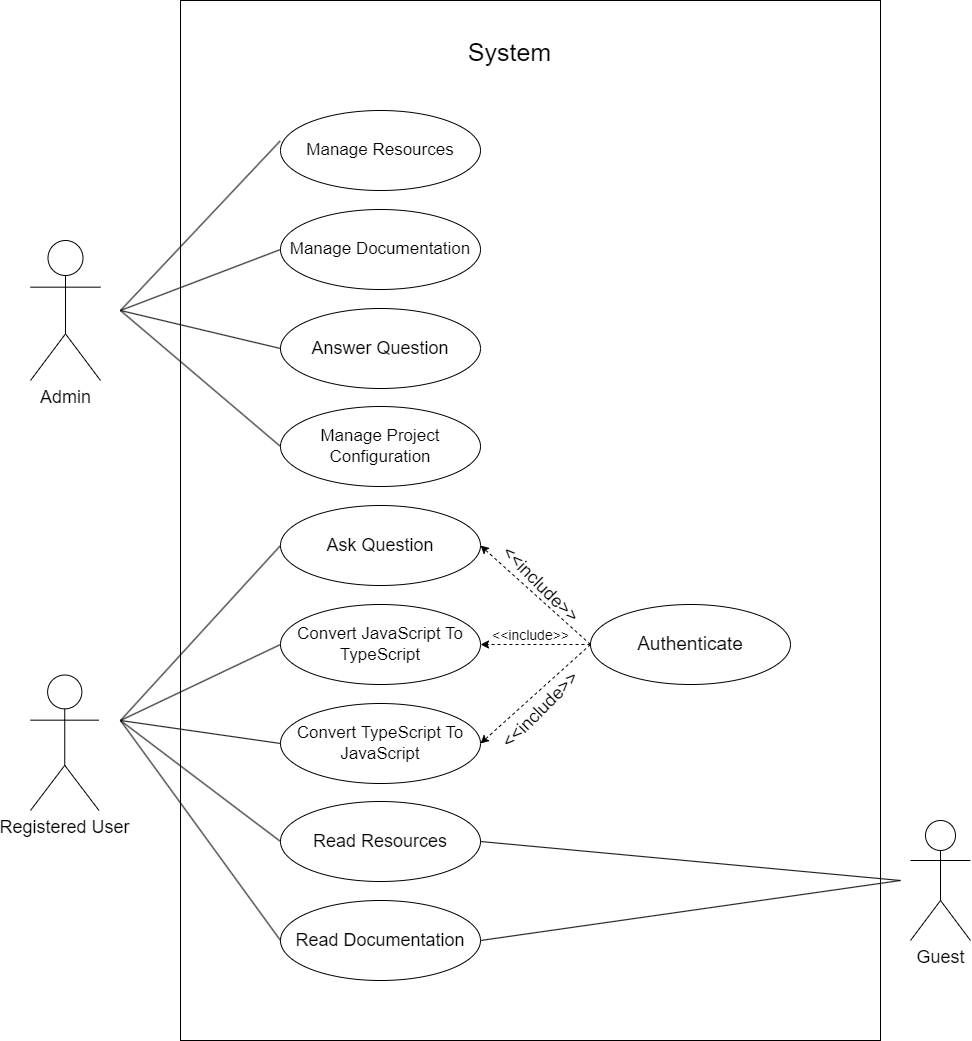
This is Exercise-1/usecase.png from ram-0306/Mern_Stack, a draw.io export, as it was before one commit. Source tidied: cells renumbered, new cells last; positions are measured from the earlier drawing's top-left corner, leaving out a move shared by most shapes.
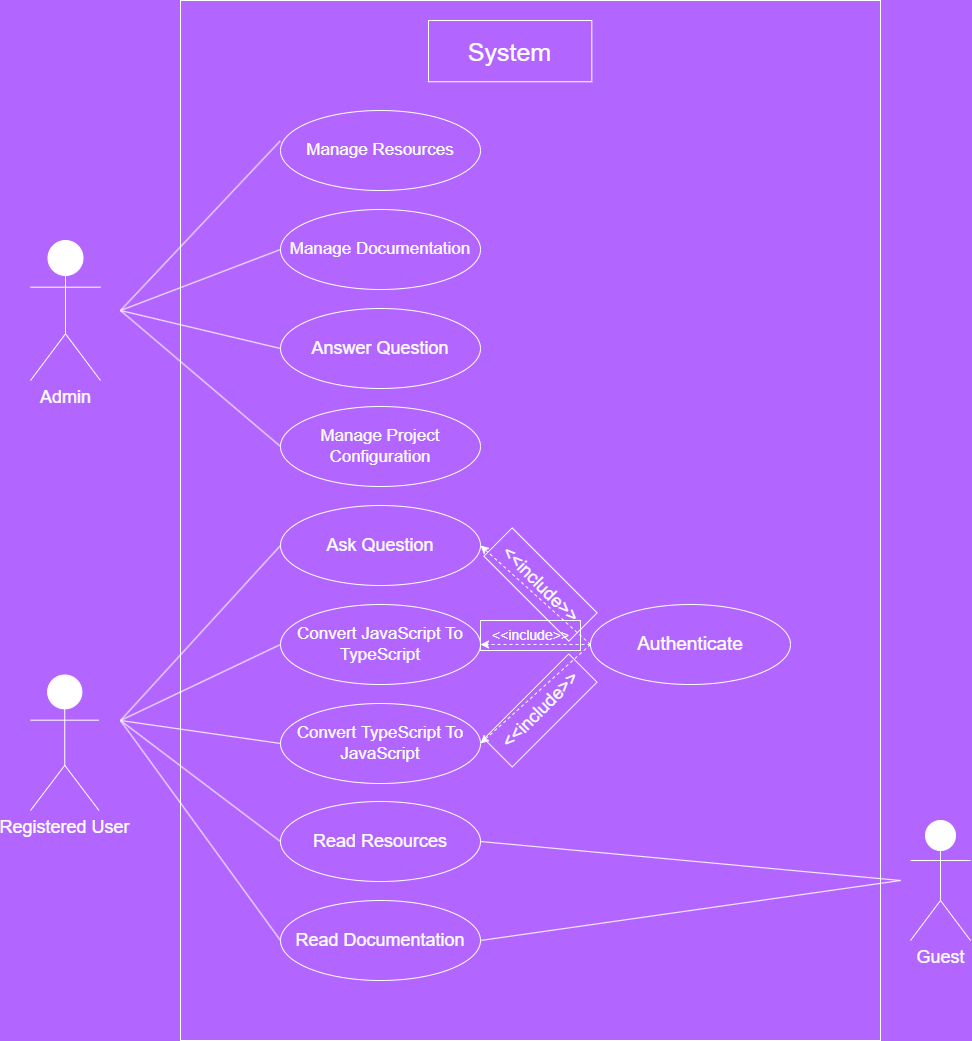
Later version of the same file.

Change to the diagram source:
```diff
@@ -1,125 +1,125 @@
-<mxGraphModel>
+<mxGraphModel background="#B266FF">
   <root>
     <mxCell id="0" />
     <mxCell id="1" parent="0" />
-    <mxCell id="2" style="rounded=0;whiteSpace=wrap;html=1;" parent="1" vertex="1">
+    <mxCell id="2" style="rounded=0;whiteSpace=wrap;html=1;strokeColor=#FFFFFF;fontColor=#FFFFFF;fillColor=none;" parent="1" vertex="1">
       <mxGeometry x="150" width="700" height="1040" as="geometry" />
     </mxCell>
-    <mxCell id="3" value="Manage Resources" style="ellipse;whiteSpace=wrap;html=1;fontSize=17;" parent="1" vertex="1">
+    <mxCell id="3" value="Manage Resources" style="ellipse;whiteSpace=wrap;html=1;fontSize=17;strokeColor=#FFFFFF;fontColor=#FFFFFF;fillColor=none;" parent="1" vertex="1">
       <mxGeometry x="250" y="110" width="200" height="80" as="geometry" />
     </mxCell>
-    <mxCell id="4" value="Manage Documentation" style="ellipse;whiteSpace=wrap;html=1;fontSize=17;" parent="1" vertex="1">
+    <mxCell id="4" value="Manage Documentation" style="ellipse;whiteSpace=wrap;html=1;fontSize=17;strokeColor=#FFFFFF;fontColor=#FFFFFF;fillColor=none;" parent="1" vertex="1">
       <mxGeometry x="250" y="209" width="200" height="80" as="geometry" />
     </mxCell>
-    <mxCell id="5" value="Answer Question" style="ellipse;whiteSpace=wrap;html=1;fontSize=18;" parent="1" vertex="1">
+    <mxCell id="5" value="Answer Question" style="ellipse;whiteSpace=wrap;html=1;fontSize=18;strokeColor=#FFFFFF;fontColor=#FFFFFF;fillColor=none;" parent="1" vertex="1">
       <mxGeometry x="250" y="308" width="200" height="80" as="geometry" />
     </mxCell>
-    <mxCell id="6" value="Manage Project Configuration" style="ellipse;whiteSpace=wrap;html=1;fontSize=17;" parent="1" vertex="1">
+    <mxCell id="6" value="Manage Project Configuration" style="ellipse;whiteSpace=wrap;html=1;fontSize=17;strokeColor=#FFFFFF;fontColor=#FFFFFF;fillColor=none;" parent="1" vertex="1">
       <mxGeometry x="250" y="406" width="200" height="80" as="geometry" />
     </mxCell>
-    <mxCell id="7" value="Ask Question" style="ellipse;whiteSpace=wrap;html=1;fontSize=18;" parent="1" vertex="1">
+    <mxCell id="7" value="Ask Question" style="ellipse;whiteSpace=wrap;html=1;fontSize=18;strokeColor=#FFFFFF;fontColor=#FFFFFF;fillColor=none;" parent="1" vertex="1">
       <mxGeometry x="250" y="505" width="200" height="80" as="geometry" />
     </mxCell>
-    <mxCell id="8" value="Convert JavaScript To TypeScript" style="ellipse;whiteSpace=wrap;html=1;fontSize=17;" parent="1" vertex="1">
+    <mxCell id="8" value="Convert JavaScript To TypeScript" style="ellipse;whiteSpace=wrap;html=1;fontSize=17;strokeColor=#FFFFFF;fontColor=#FFFFFF;fillColor=none;" parent="1" vertex="1">
       <mxGeometry x="250" y="604" width="200" height="80" as="geometry" />
     </mxCell>
-    <mxCell id="9" value="Convert TypeScript To JavaScript" style="ellipse;whiteSpace=wrap;html=1;fontSize=17;" parent="1" vertex="1">
+    <mxCell id="9" value="Convert TypeScript To JavaScript" style="ellipse;whiteSpace=wrap;html=1;fontSize=17;strokeColor=#FFFFFF;fontColor=#FFFFFF;fillColor=none;" parent="1" vertex="1">
       <mxGeometry x="250" y="703" width="200" height="80" as="geometry" />
     </mxCell>
-    <mxCell id="10" value="Read Resources" style="ellipse;whiteSpace=wrap;html=1;fontSize=18;" parent="1" vertex="1">
+    <mxCell id="10" value="Read Resources" style="ellipse;whiteSpace=wrap;html=1;fontSize=18;strokeColor=#FFFFFF;fontColor=#FFFFFF;fillColor=none;" parent="1" vertex="1">
       <mxGeometry x="250" y="801" width="200" height="80" as="geometry" />
     </mxCell>
-    <mxCell id="11" value="Read Documentation" style="ellipse;whiteSpace=wrap;html=1;fontSize=18;" parent="1" vertex="1">
+    <mxCell id="11" value="Read Documentation" style="ellipse;whiteSpace=wrap;html=1;fontSize=18;strokeColor=#FFFFFF;fontColor=#FFFFFF;fillColor=none;" parent="1" vertex="1">
       <mxGeometry x="250" y="900" width="200" height="80" as="geometry" />
     </mxCell>
-    <mxCell id="12" value="&lt;font style=&quot;font-size: 19px;&quot;&gt;Authenticate&lt;/font&gt;" style="ellipse;whiteSpace=wrap;html=1;" parent="1" vertex="1">
+    <mxCell id="12" value="&lt;font style=&quot;font-size: 19px;&quot;&gt;Authenticate&lt;/font&gt;" style="ellipse;whiteSpace=wrap;html=1;strokeColor=#FFFFFF;fontColor=#FFFFFF;fillColor=none;" parent="1" vertex="1">
       <mxGeometry x="560" y="604" width="200" height="80" as="geometry" />
     </mxCell>
-    <mxCell id="13" value="Admin" style="shape=umlActor;verticalLabelPosition=bottom;verticalAlign=top;html=1;fontSize=18;" parent="1" vertex="1">
+    <mxCell id="13" value="Admin" style="shape=umlActor;verticalLabelPosition=bottom;verticalAlign=top;html=1;fontSize=18;strokeColor=#FFFFFF;fontColor=#FFFFFF;" parent="1" vertex="1">
       <mxGeometry y="240" width="70" height="140" as="geometry" />
     </mxCell>
-    <mxCell id="14" value="Registered User" style="shape=umlActor;verticalLabelPosition=bottom;verticalAlign=top;html=1;fontSize=18;" parent="1" vertex="1">
+    <mxCell id="14" value="Registered User" style="shape=umlActor;verticalLabelPosition=bottom;verticalAlign=top;html=1;fontSize=18;strokeColor=#FFFFFF;fontColor=#FFFFFF;" parent="1" vertex="1">
       <mxGeometry y="674.5" width="68.5" height="135.5" as="geometry" />
     </mxCell>
-    <mxCell id="15" value="Guest" style="shape=umlActor;verticalLabelPosition=bottom;verticalAlign=top;html=1;fontSize=18;" parent="1" vertex="1">
+    <mxCell id="15" value="Guest" style="shape=umlActor;verticalLabelPosition=bottom;verticalAlign=top;html=1;fontSize=18;strokeColor=#FFFFFF;fontColor=#FFFFFF;" parent="1" vertex="1">
       <mxGeometry x="880" y="820" width="60" height="120" as="geometry" />
     </mxCell>
-    <mxCell id="16" style="endArrow=none;html=1;entryX=-0.002;entryY=0.382;entryDx=0;entryDy=0;entryPerimeter=0;" parent="1" edge="1" target="3">
+    <mxCell id="16" style="endArrow=none;html=1;entryX=-0.002;entryY=0.382;entryDx=0;entryDy=0;entryPerimeter=0;strokeColor=#FFFFFF;fontColor=#FFFFFF;" parent="1" edge="1" target="3">
       <mxGeometry relative="1" as="geometry">
         <mxPoint x="90" y="310" as="sourcePoint" />
       </mxGeometry>
     </mxCell>
-    <mxCell id="17" style="endArrow=none;html=1;entryX=0;entryY=0.5;entryDx=0;entryDy=0;" parent="1" edge="1" target="4">
+    <mxCell id="17" style="endArrow=none;html=1;entryX=0;entryY=0.5;entryDx=0;entryDy=0;strokeColor=#FFFFFF;fontColor=#FFFFFF;" parent="1" edge="1" target="4">
       <mxGeometry relative="1" as="geometry">
         <mxPoint x="90" y="310" as="sourcePoint" />
       </mxGeometry>
     </mxCell>
-    <mxCell id="18" style="endArrow=none;html=1;entryX=0;entryY=0.5;entryDx=0;entryDy=0;" parent="1" edge="1" target="5">
+    <mxCell id="18" style="endArrow=none;html=1;entryX=0;entryY=0.5;entryDx=0;entryDy=0;strokeColor=#FFFFFF;fontColor=#FFFFFF;" parent="1" edge="1" target="5">
       <mxGeometry relative="1" as="geometry">
         <mxPoint x="90" y="310" as="sourcePoint" />
       </mxGeometry>
     </mxCell>
-    <mxCell id="19" style="endArrow=none;html=1;entryX=0;entryY=0.5;entryDx=0;entryDy=0;" parent="1" edge="1" target="6">
+    <mxCell id="19" style="endArrow=none;html=1;entryX=0;entryY=0.5;entryDx=0;entryDy=0;strokeColor=#FFFFFF;fontColor=#FFFFFF;" parent="1" edge="1" target="6">
       <mxGeometry relative="1" as="geometry">
         <mxPoint x="90" y="310" as="sourcePoint" />
       </mxGeometry>
     </mxCell>
-    <mxCell id="20" style="endArrow=none;html=1;entryX=0;entryY=0.5;entryDx=0;entryDy=0;" parent="1" edge="1" target="7">
+    <mxCell id="20" style="endArrow=none;html=1;entryX=0;entryY=0.5;entryDx=0;entryDy=0;strokeColor=#FFFFFF;fontColor=#FFFFFF;" parent="1" edge="1" target="7">
       <mxGeometry relative="1" as="geometry">
         <mxPoint x="90" y="720" as="sourcePoint" />
       </mxGeometry>
     </mxCell>
-    <mxCell id="21" style="endArrow=none;html=1;entryX=0;entryY=0.5;entryDx=0;entryDy=0;" parent="1" edge="1" target="8">
+    <mxCell id="21" style="endArrow=none;html=1;entryX=0;entryY=0.5;entryDx=0;entryDy=0;strokeColor=#FFFFFF;fontColor=#FFFFFF;" parent="1" edge="1" target="8">
       <mxGeometry relative="1" as="geometry">
         <mxPoint x="90" y="720" as="sourcePoint" />
       </mxGeometry>
     </mxCell>
-    <mxCell id="22" style="endArrow=none;html=1;entryX=0;entryY=0.5;entryDx=0;entryDy=0;" parent="1" edge="1" target="9">
+    <mxCell id="22" style="endArrow=none;html=1;entryX=0;entryY=0.5;entryDx=0;entryDy=0;strokeColor=#FFFFFF;fontColor=#FFFFFF;" parent="1" edge="1" target="9">
       <mxGeometry relative="1" as="geometry">
         <mxPoint x="90" y="720" as="sourcePoint" />
       </mxGeometry>
     </mxCell>
-    <mxCell id="23" style="endArrow=none;html=1;entryX=0;entryY=0.5;entryDx=0;entryDy=0;" parent="1" edge="1" target="10">
+    <mxCell id="23" style="endArrow=none;html=1;entryX=0;entryY=0.5;entryDx=0;entryDy=0;strokeColor=#FFFFFF;fontColor=#FFFFFF;" parent="1" edge="1" target="10">
       <mxGeometry relative="1" as="geometry">
         <mxPoint x="90" y="720" as="sourcePoint" />
       </mxGeometry>
     </mxCell>
-    <mxCell id="24" style="endArrow=none;html=1;entryX=0;entryY=0.5;entryDx=0;entryDy=0;" parent="1" edge="1" target="11">
+    <mxCell id="24" style="endArrow=none;html=1;entryX=0;entryY=0.5;entryDx=0;entryDy=0;strokeColor=#FFFFFF;fontColor=#FFFFFF;" parent="1" edge="1" target="11">
       <mxGeometry relative="1" as="geometry">
         <mxPoint x="90" y="720" as="sourcePoint" />
       </mxGeometry>
     </mxCell>
-    <mxCell id="25" style="endArrow=none;html=1;exitX=1;exitY=0.5;exitDx=0;exitDy=0;" parent="1" edge="1" source="10">
+    <mxCell id="25" style="endArrow=none;html=1;exitX=1;exitY=0.5;exitDx=0;exitDy=0;strokeColor=#FFFFFF;fontColor=#FFFFFF;" parent="1" edge="1" source="10">
       <mxGeometry relative="1" as="geometry">
         <mxPoint x="870" y="880" as="targetPoint" />
       </mxGeometry>
     </mxCell>
-    <mxCell id="26" style="endArrow=none;html=1;exitX=1;exitY=0.5;exitDx=0;exitDy=0;" parent="1" edge="1" source="11">
+    <mxCell id="26" style="endArrow=none;html=1;exitX=1;exitY=0.5;exitDx=0;exitDy=0;strokeColor=#FFFFFF;fontColor=#FFFFFF;" parent="1" edge="1" source="11">
       <mxGeometry relative="1" as="geometry">
         <mxPoint x="870" y="880" as="targetPoint" />
       </mxGeometry>
     </mxCell>
-    <mxCell id="27" style="endArrow=classic;html=1;entryX=1;entryY=0.5;entryDx=0;entryDy=0;exitX=0;exitY=0.5;exitDx=0;exitDy=0;dashed=1;" parent="1" edge="1" source="12" target="7">
+    <mxCell id="27" style="endArrow=classic;html=1;entryX=1;entryY=0.5;entryDx=0;entryDy=0;exitX=0;exitY=0.5;exitDx=0;exitDy=0;dashed=1;strokeColor=#FFFFFF;fontColor=#FFFFFF;" parent="1" edge="1" source="12" target="7">
       <mxGeometry relative="1" as="geometry" />
     </mxCell>
-    <mxCell id="28" style="endArrow=classic;html=1;entryX=1;entryY=0.5;entryDx=0;entryDy=0;dashed=1;" parent="1" edge="1" target="8">
+    <mxCell id="28" style="endArrow=classic;html=1;entryX=1;entryY=0.5;entryDx=0;entryDy=0;dashed=1;strokeColor=#FFFFFF;fontColor=#FFFFFF;" parent="1" edge="1" target="8">
       <mxGeometry relative="1" as="geometry">
         <mxPoint x="560" y="644" as="sourcePoint" />
       </mxGeometry>
     </mxCell>
-    <mxCell id="29" style="endArrow=classic;html=1;entryX=1;entryY=0.5;entryDx=0;entryDy=0;exitX=0;exitY=0.5;exitDx=0;exitDy=0;dashed=1;" parent="1" edge="1" source="12" target="9">
+    <mxCell id="29" style="endArrow=classic;html=1;entryX=1;entryY=0.5;entryDx=0;entryDy=0;exitX=0;exitY=0.5;exitDx=0;exitDy=0;dashed=1;strokeColor=#FFFFFF;fontColor=#FFFFFF;" parent="1" edge="1" source="12" target="9">
       <mxGeometry relative="1" as="geometry" />
     </mxCell>
-    <mxCell id="30" value="System" style="text;strokeColor=none;align=center;fillColor=none;html=1;verticalAlign=middle;whiteSpace=wrap;rounded=0;fontSize=25;" parent="1" vertex="1">
+    <mxCell id="30" value="System" style="text;strokeColor=#FFFFFF;align=center;fillColor=none;html=1;verticalAlign=middle;whiteSpace=wrap;rounded=0;fontSize=25;fontColor=#FFFFFF;" parent="1" vertex="1">
       <mxGeometry x="398" y="20" width="163.3" height="61.2" as="geometry" />
     </mxCell>
-    <mxCell id="31" value="&amp;lt;&amp;lt;include&amp;gt;&amp;gt;" style="text;html=1;align=center;verticalAlign=middle;strokeColor=none;fillColor=none;fontSize=18;rotation=45;" parent="1" vertex="1">
+    <mxCell id="31" value="&amp;lt;&amp;lt;include&amp;gt;&amp;gt;" style="text;html=1;align=center;verticalAlign=middle;strokeColor=#FFFFFF;fillColor=none;fontSize=18;rotation=45;fontColor=#FFFFFF;" parent="1" vertex="1">
       <mxGeometry x="450" y="564" width="120" height="40" as="geometry" />
     </mxCell>
-    <mxCell id="32" value="&amp;lt;&amp;lt;include&amp;gt;&amp;gt;" style="text;html=1;align=center;verticalAlign=middle;strokeColor=none;fillColor=none;fontSize=18;rotation=-45;" parent="1" vertex="1">
+    <mxCell id="32" value="&amp;lt;&amp;lt;include&amp;gt;&amp;gt;" style="text;html=1;align=center;verticalAlign=middle;strokeColor=#FFFFFF;fillColor=none;fontSize=18;rotation=-45;fontColor=#FFFFFF;" parent="1" vertex="1">
       <mxGeometry x="450" y="690" width="120" height="40" as="geometry" />
     </mxCell>
-    <mxCell id="33" value="&amp;lt;&amp;lt;include&amp;gt;&amp;gt;" style="text;html=1;align=center;verticalAlign=middle;strokeColor=none;fillColor=none;fontSize=14;rotation=0;" parent="1" vertex="1">
+    <mxCell id="33" value="&amp;lt;&amp;lt;include&amp;gt;&amp;gt;" style="text;html=1;align=center;verticalAlign=middle;strokeColor=#FFFFFF;fillColor=none;fontSize=14;rotation=0;fontColor=#FFFFFF;" parent="1" vertex="1">
       <mxGeometry x="450" y="620" width="100" height="30" as="geometry" />
     </mxCell>
   </root>
```
